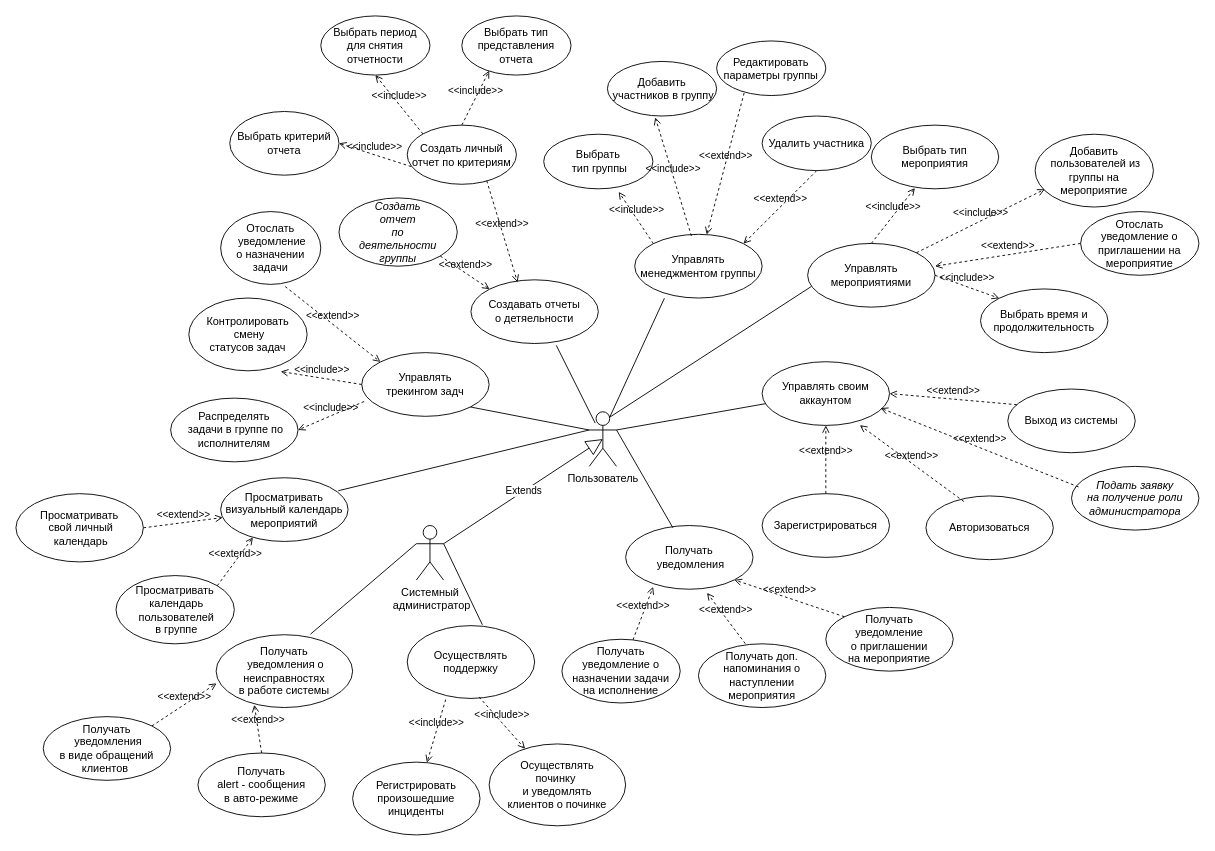
The draw.io diagram Диплом/cases.drawio in Tigeroff2002/Labs, before the edit. Source tidied: cells renumbered, new cells numbered last; positions are measured from the earlier drawing's top-left corner, leaving out a move shared by most shapes. Both pictures are drawn from the tidied source at 91%, with x=0, y=0 at pixel (15, 15).
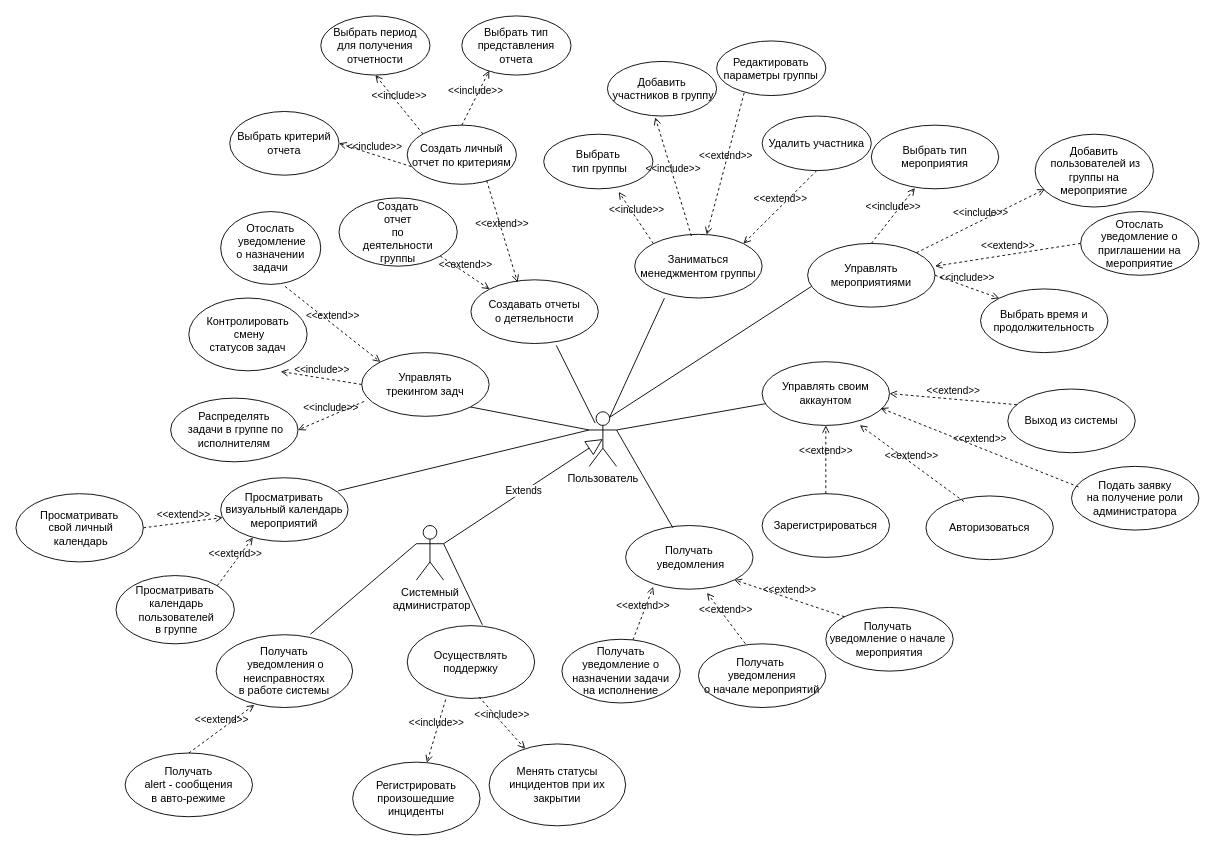
After the change.

Unchanged cells that the change refers to:
```xml
<mxCell id="44" value="Получать&lt;br&gt;&amp;nbsp;уведомления о неисправностях &lt;br&gt;в работе системы" style="ellipse;whiteSpace=wrap;html=1;" parent="1" vertex="1">
  <mxGeometry x="220" y="680" width="150" height="80" as="geometry" />
</mxCell>
```

What changed in the source:
```diff
@@
-    <mxCell id="11" value="Управлять&lt;br&gt;менеджментом группы" style="ellipse;whiteSpace=wrap;html=1;" parent="1" vertex="1">
+    <mxCell id="11" value="Заниматься&lt;br&gt;менеджментом группы" style="ellipse;whiteSpace=wrap;html=1;" parent="1" vertex="1">
       <mxGeometry x="680" y="240" width="140" height="70" as="geometry" />
     </mxCell>
@@
-    <mxCell id="29" value="Получать доп. напоминания о наступлении мероприятия" style="ellipse;whiteSpace=wrap;html=1;" parent="1" vertex="1">
+    <mxCell id="29" value="&lt;div&gt;Получать&amp;nbsp;&lt;/div&gt;&lt;div&gt;уведомления&lt;/div&gt;&lt;div&gt;о начале мероприятий&lt;br&gt;&lt;/div&gt;" style="ellipse;whiteSpace=wrap;html=1;" parent="1" vertex="1">
       <mxGeometry x="750" y="690" width="140" height="70" as="geometry" />
     </mxCell>
@@
-    <mxCell id="47" value="Осуществлять &lt;br&gt;починку&amp;nbsp;&lt;br&gt;и уведомлять&lt;br&gt;клиентов о починке" style="ellipse;whiteSpace=wrap;html=1;" parent="1" vertex="1">
+    <mxCell id="47" value="Менять статусы инцидентов при их закрытии" style="ellipse;whiteSpace=wrap;html=1;" parent="1" vertex="1">
       <mxGeometry x="520" y="800" width="150" height="90" as="geometry" />
     </mxCell>
-    <mxCell id="48" value="Получать&lt;br&gt;&amp;nbsp;уведомления&lt;br&gt;в виде обращений&lt;br&gt;клиентов&amp;nbsp;" style="ellipse;whiteSpace=wrap;html=1;" parent="1" vertex="1">
-      <mxGeometry x="30" y="770" width="140" height="70" as="geometry" />
-    </mxCell>
     <mxCell id="49" value="Получать&lt;br&gt;alert - сообщения&lt;br&gt;в авто-режиме" style="ellipse;whiteSpace=wrap;html=1;" parent="1" vertex="1">
-      <mxGeometry x="200" y="810" width="140" height="70" as="geometry" />
+      <mxGeometry x="120" y="810" width="140" height="70" as="geometry" />
     </mxCell>
-    <mxCell id="50" value="&amp;lt;&amp;lt;extend&amp;gt;&amp;gt;" style="html=1;verticalAlign=bottom;labelBackgroundColor=none;endArrow=open;endFill=0;dashed=1;rounded=0;exitX=1;exitY=0;exitDx=0;exitDy=0;entryX=0.003;entryY=0.668;entryDx=0;entryDy=0;entryPerimeter=0;" parent="1" edge="1" source="48" target="44">
-      <mxGeometry relative="1" as="geometry" />
-    </mxCell>
@@
-    <mxCell id="56" value="&lt;i&gt;Подать заявку&lt;br&gt;на получение роли&lt;br&gt;администратора&lt;/i&gt;" style="ellipse;whiteSpace=wrap;html=1;" parent="1" vertex="1">
+    <mxCell id="56" value="Подать заявку&lt;br&gt;на получение роли&lt;br&gt;администратора" style="ellipse;whiteSpace=wrap;html=1;" parent="1" vertex="1">
       <mxGeometry x="1160" y="495" width="140" height="70" as="geometry" />
     </mxCell>
@@
-    <mxCell id="67" value="Получать&lt;br&gt;уведомление&lt;br&gt;о приглашении&lt;br&gt;на мероприятие" style="ellipse;whiteSpace=wrap;html=1;" parent="1" vertex="1">
+    <mxCell id="67" value="&lt;div&gt;Получать&amp;nbsp;&lt;/div&gt;&lt;div&gt;уведомление о начале&amp;nbsp;&lt;/div&gt;&lt;div&gt;мероприятия&lt;/div&gt;" style="ellipse;whiteSpace=wrap;html=1;" parent="1" vertex="1">
       <mxGeometry x="890" y="650" width="140" height="70" as="geometry" />
     </mxCell>
@@
-    <mxCell id="71" value="&lt;i&gt;Создать &lt;br&gt;отчет &lt;br&gt;по&lt;br&gt;деятельности&lt;br&gt;группы&lt;/i&gt;" style="ellipse;whiteSpace=wrap;html=1;" parent="1" vertex="1">
+    <mxCell id="71" value="Создать &lt;br&gt;отчет &lt;br&gt;по&lt;br&gt;деятельности&lt;br&gt;группы" style="ellipse;whiteSpace=wrap;html=1;" parent="1" vertex="1">
       <mxGeometry x="355" y="200" width="130" height="75" as="geometry" />
     </mxCell>
-    <mxCell id="72" value="Выбрать период&lt;br&gt;для снятия&lt;br&gt;отчетности" style="ellipse;whiteSpace=wrap;html=1;" parent="1" vertex="1">
+    <mxCell id="72" value="Выбрать период&lt;br&gt;для получения&lt;br&gt;отчетности" style="ellipse;whiteSpace=wrap;html=1;" parent="1" vertex="1">
       <mxGeometry x="335" width="120" height="65" as="geometry" />
     </mxCell>
```
